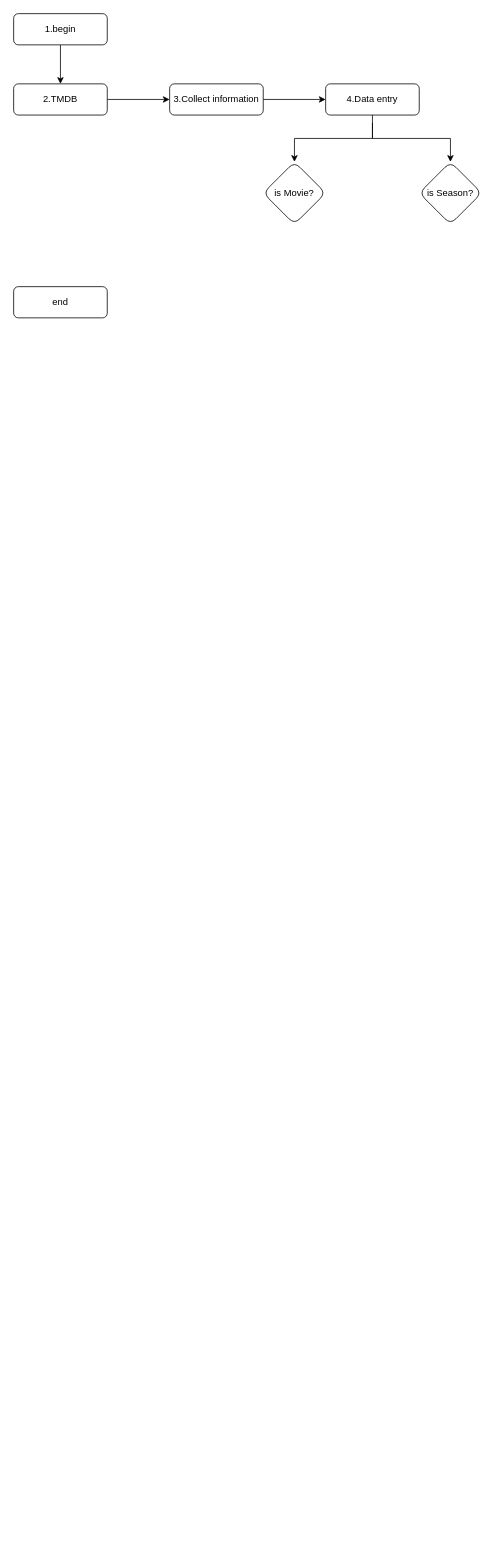
stevezhouht/baiduCDP keeps this draw.io diagram as update/ZMDB数据流向图.drawio. Above is the earlier version. Source tidied: cells renumbered, new cells numbered last; positions are measured from the earlier drawing's top-left corner, leaving out a move shared by most shapes. Both pictures are drawn from the tidied source at 78%, with x=0, y=0 at pixel (13, 13).
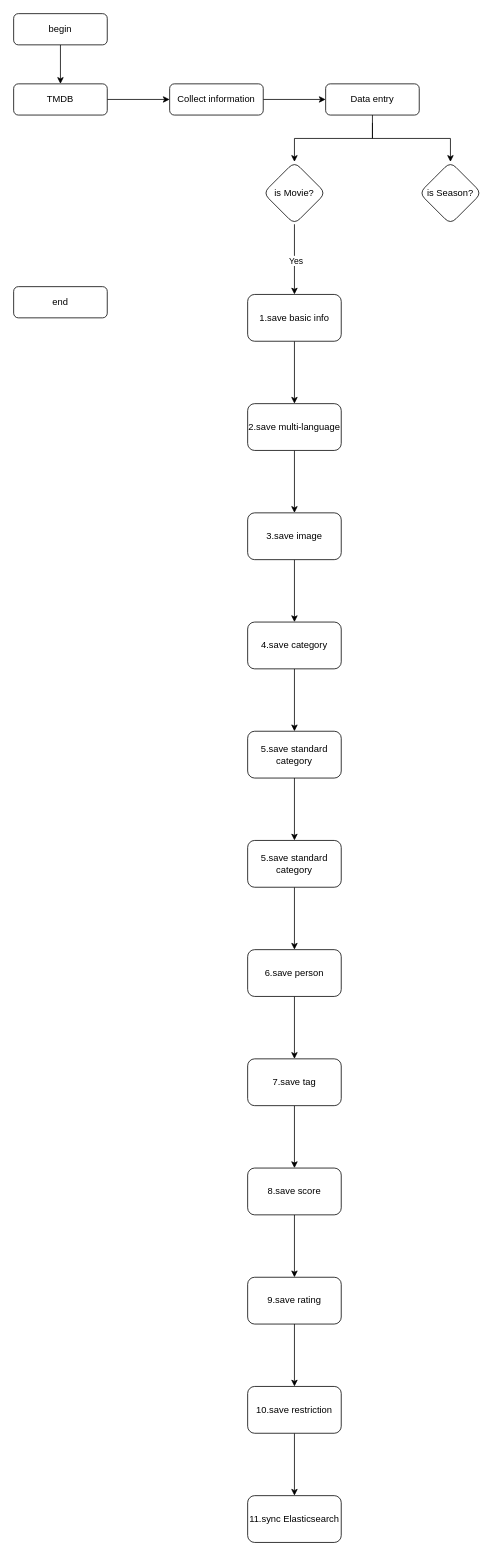
The same page after the edit.

Commit message (it also covers changes not shown here):
更新ZMDB数据流向图.drawio

The change refers to these unchanged cells:
```xml
<mxCell id="11" value="is Movie?" style="rhombus;whiteSpace=wrap;html=1;rounded=1;glass=0;strokeWidth=1;shadow=0;" parent="1" vertex="1">
  <mxGeometry x="320" y="190" width="80" height="80" as="geometry" />
</mxCell>
```

The edit, as a diff of the source:
```diff
@@
-    <mxCell id="3" value="1.begin" style="rounded=1;whiteSpace=wrap;html=1;fontSize=12;glass=0;strokeWidth=1;shadow=0;" parent="1" vertex="1">
+    <mxCell id="3" value="begin" style="rounded=1;whiteSpace=wrap;html=1;fontSize=12;glass=0;strokeWidth=1;shadow=0;" parent="1" vertex="1">
       <mxGeometry width="120" height="40" as="geometry" />
     </mxCell>
@@
-    <mxCell id="6" value="2.TMDB" style="rounded=1;whiteSpace=wrap;html=1;fontSize=12;glass=0;strokeWidth=1;shadow=0;" parent="1" vertex="1">
+    <mxCell id="6" value="TMDB" style="rounded=1;whiteSpace=wrap;html=1;fontSize=12;glass=0;strokeWidth=1;shadow=0;" parent="1" vertex="1">
       <mxGeometry y="90" width="120" height="40" as="geometry" />
     </mxCell>
@@
-    <mxCell id="8" value="3.Collect information" style="rounded=1;whiteSpace=wrap;html=1;fontSize=12;glass=0;strokeWidth=1;shadow=0;" parent="1" vertex="1">
+    <mxCell id="8" value="Collect information" style="rounded=1;whiteSpace=wrap;html=1;fontSize=12;glass=0;strokeWidth=1;shadow=0;" parent="1" vertex="1">
       <mxGeometry x="200" y="90" width="120" height="40" as="geometry" />
     </mxCell>
@@
-    <mxCell id="10" value="4.Data entry" style="rounded=1;whiteSpace=wrap;html=1;fontSize=12;glass=0;strokeWidth=1;shadow=0;" parent="1" vertex="1">
+    <mxCell id="10" value="Data entry" style="rounded=1;whiteSpace=wrap;html=1;fontSize=12;glass=0;strokeWidth=1;shadow=0;" parent="1" vertex="1">
       <mxGeometry x="400" y="90" width="120" height="40" as="geometry" />
     </mxCell>
+    <mxCell id="14" style="edgeStyle=orthogonalEdgeStyle;rounded=0;jettySize=auto;html=1;" parent="1" edge="1" source="11" target="17">
+      <mxGeometry relative="1" as="geometry" />
+    </mxCell>
+    <mxCell id="15" value="Yes" style="edgeLabel;html=1;align=center;verticalAlign=middle;" parent="14" vertex="1">
+      <mxGeometry x="0.02" y="1" relative="1" as="geometry" />
+    </mxCell>
@@
+    <mxCell id="16" style="edgeStyle=orthogonalEdgeStyle;rounded=0;jettySize=auto;html=1;" parent="1" edge="1" source="17" target="19">
+      <mxGeometry relative="1" as="geometry" />
+    </mxCell>
+    <mxCell id="17" value="1.save basic info" style="whiteSpace=wrap;html=1;rounded=1;glass=0;strokeWidth=1;shadow=0;" parent="1" vertex="1">
+      <mxGeometry x="300" y="360" width="120" height="60" as="geometry" />
+    </mxCell>
+    <mxCell id="18" style="edgeStyle=orthogonalEdgeStyle;rounded=0;jettySize=auto;html=1;" parent="1" edge="1" source="19" target="21">
+      <mxGeometry relative="1" as="geometry" />
+    </mxCell>
+    <mxCell id="19" value="2.save multi-language" style="whiteSpace=wrap;html=1;rounded=1;glass=0;strokeWidth=1;shadow=0;" parent="1" vertex="1">
+      <mxGeometry x="300" y="500" width="120" height="60" as="geometry" />
+    </mxCell>
+    <mxCell id="20" style="edgeStyle=orthogonalEdgeStyle;rounded=0;jettySize=auto;html=1;" parent="1" edge="1" source="21" target="23">
+      <mxGeometry relative="1" as="geometry" />
+    </mxCell>
+    <mxCell id="21" value="3.save image" style="whiteSpace=wrap;html=1;rounded=1;glass=0;strokeWidth=1;shadow=0;" parent="1" vertex="1">
+      <mxGeometry x="300" y="640" width="120" height="60" as="geometry" />
+    </mxCell>
+    <mxCell id="22" style="edgeStyle=orthogonalEdgeStyle;rounded=0;jettySize=auto;html=1;" parent="1" edge="1" source="23" target="25">
+      <mxGeometry relative="1" as="geometry" />
+    </mxCell>
+    <mxCell id="23" value="4.save category" style="whiteSpace=wrap;html=1;rounded=1;glass=0;strokeWidth=1;shadow=0;" parent="1" vertex="1">
+      <mxGeometry x="300" y="780" width="120" height="60" as="geometry" />
+    </mxCell>
+    <mxCell id="24" style="edgeStyle=orthogonalEdgeStyle;rounded=0;jettySize=auto;html=1;" parent="1" edge="1" source="25" target="27">
+      <mxGeometry relative="1" as="geometry" />
+    </mxCell>
+    <mxCell id="25" value="5.save standard category" style="whiteSpace=wrap;html=1;rounded=1;glass=0;strokeWidth=1;shadow=0;" parent="1" vertex="1">
+      <mxGeometry x="300" y="920" width="120" height="60" as="geometry" />
+    </mxCell>
+    <mxCell id="26" style="edgeStyle=orthogonalEdgeStyle;rounded=0;jettySize=auto;html=1;" parent="1" edge="1" source="27" target="29">
+      <mxGeometry relative="1" as="geometry" />
+    </mxCell>
+    <mxCell id="27" value="5.save standard category" style="whiteSpace=wrap;html=1;rounded=1;glass=0;strokeWidth=1;shadow=0;" parent="1" vertex="1">
+      <mxGeometry x="300" y="1060" width="120" height="60" as="geometry" />
+    </mxCell>
+    <mxCell id="28" style="edgeStyle=orthogonalEdgeStyle;rounded=0;jettySize=auto;html=1;" parent="1" edge="1" source="29" target="31">
+      <mxGeometry relative="1" as="geometry" />
+    </mxCell>
+    <mxCell id="29" value="6.save person" style="whiteSpace=wrap;html=1;rounded=1;glass=0;strokeWidth=1;shadow=0;" parent="1" vertex="1">
+      <mxGeometry x="300" y="1200" width="120" height="60" as="geometry" />
+    </mxCell>
+    <mxCell id="30" style="edgeStyle=orthogonalEdgeStyle;rounded=0;jettySize=auto;html=1;" parent="1" edge="1" source="31" target="33">
+      <mxGeometry relative="1" as="geometry" />
+    </mxCell>
+    <mxCell id="31" value="7.save tag" style="whiteSpace=wrap;html=1;rounded=1;glass=0;strokeWidth=1;shadow=0;" parent="1" vertex="1">
+      <mxGeometry x="300" y="1340" width="120" height="60" as="geometry" />
+    </mxCell>
+    <mxCell id="32" style="edgeStyle=orthogonalEdgeStyle;rounded=0;jettySize=auto;html=1;" parent="1" edge="1" source="33" target="35">
+      <mxGeometry relative="1" as="geometry" />
+    </mxCell>
+    <mxCell id="33" value="8.save score" style="whiteSpace=wrap;html=1;rounded=1;glass=0;strokeWidth=1;shadow=0;" parent="1" vertex="1">
+      <mxGeometry x="300" y="1480" width="120" height="60" as="geometry" />
+    </mxCell>
+    <mxCell id="34" style="edgeStyle=orthogonalEdgeStyle;rounded=0;jettySize=auto;html=1;" parent="1" edge="1" source="35" target="37">
+      <mxGeometry relative="1" as="geometry" />
+    </mxCell>
+    <mxCell id="35" value="9.save rating" style="whiteSpace=wrap;html=1;rounded=1;glass=0;strokeWidth=1;shadow=0;" parent="1" vertex="1">
+      <mxGeometry x="300" y="1620" width="120" height="60" as="geometry" />
+    </mxCell>
+    <mxCell id="36" style="edgeStyle=orthogonalEdgeStyle;rounded=0;jettySize=auto;html=1;" parent="1" edge="1" source="37" target="38">
+      <mxGeometry relative="1" as="geometry" />
+    </mxCell>
+    <mxCell id="37" value="10.save restriction" style="whiteSpace=wrap;html=1;rounded=1;glass=0;strokeWidth=1;shadow=0;" parent="1" vertex="1">
+      <mxGeometry x="300" y="1760" width="120" height="60" as="geometry" />
+    </mxCell>
+    <mxCell id="38" value="11.sync Elasticsearch" style="whiteSpace=wrap;html=1;rounded=1;glass=0;strokeWidth=1;shadow=0;" parent="1" vertex="1">
+      <mxGeometry x="300" y="1900" width="120" height="60" as="geometry" />
+    </mxCell>
```
